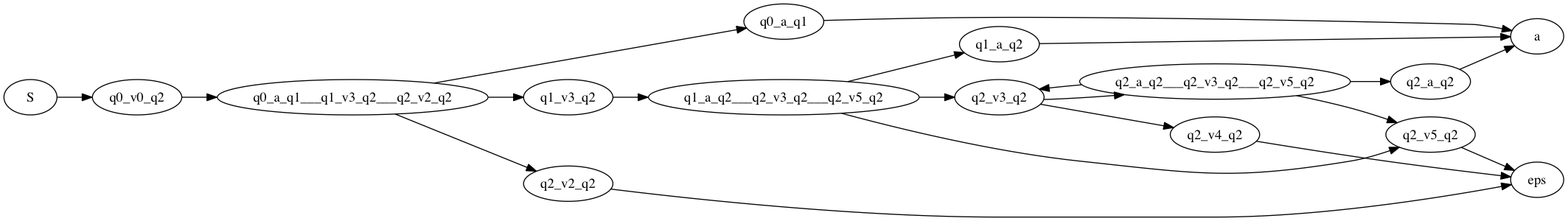
Earlier version of the Graphviz export reachable.dot.png (sdierauf/automata-and-languages-lab2). Its source is kept beside it as reachable.dot.
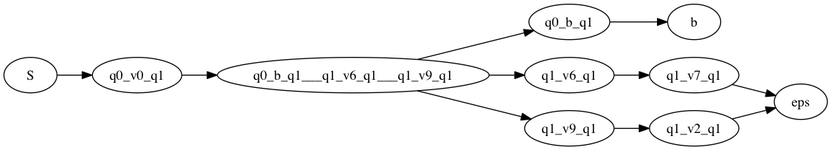
Above is the later version.

The edit, as a diff of the source:
```diff
@@ -1,23 +1,13 @@
 digraph finite_state_machine {
 	rankdir=LR;
-												S -> q0_v0_q2;
-	q0_v0_q2 -> q0_a_q1___q1_v3_q2___q2_v2_q2;
-	q0_a_q1 -> a;
-	q1_v3_q2 -> q1_a_q2___q2_v3_q2___q2_v5_q2;
-	q2_v2_q2 -> eps;
-	q1_a_q2 -> a;
-	q2_v3_q2 -> q2_v4_q2;
-	q2_v3_q2 -> q2_a_q2___q2_v3_q2___q2_v5_q2;
-	q2_v5_q2 -> eps;
-	q2_v4_q2 -> eps;
-	q2_a_q2 -> a;
-	q0_a_q1___q1_v3_q2___q2_v2_q2 -> q0_a_q1;
-	q0_a_q1___q1_v3_q2___q2_v2_q2 -> q1_v3_q2;
-	q0_a_q1___q1_v3_q2___q2_v2_q2 -> q2_v2_q2;
-	q1_a_q2___q2_v3_q2___q2_v5_q2 -> q1_a_q2;
-	q1_a_q2___q2_v3_q2___q2_v5_q2 -> q2_v3_q2;
-	q1_a_q2___q2_v3_q2___q2_v5_q2 -> q2_v5_q2;
-	q2_a_q2___q2_v3_q2___q2_v5_q2 -> q2_a_q2;
-	q2_a_q2___q2_v3_q2___q2_v5_q2 -> q2_v3_q2;
-	q2_a_q2___q2_v3_q2___q2_v5_q2 -> q2_v5_q2;
+								S -> q0_v0_q1;
+	q0_v0_q1 -> q0_b_q1___q1_v6_q1___q1_v9_q1;
+	q0_b_q1 -> b;
+	q1_v6_q1 -> q1_v7_q1;
+	q1_v9_q1 -> q1_v2_q1;
+	q1_v7_q1 -> eps;
+	q1_v2_q1 -> eps;
+	q0_b_q1___q1_v6_q1___q1_v9_q1 -> q0_b_q1;
+	q0_b_q1___q1_v6_q1___q1_v9_q1 -> q1_v6_q1;
+	q0_b_q1___q1_v6_q1___q1_v9_q1 -> q1_v9_q1;
 }
```
